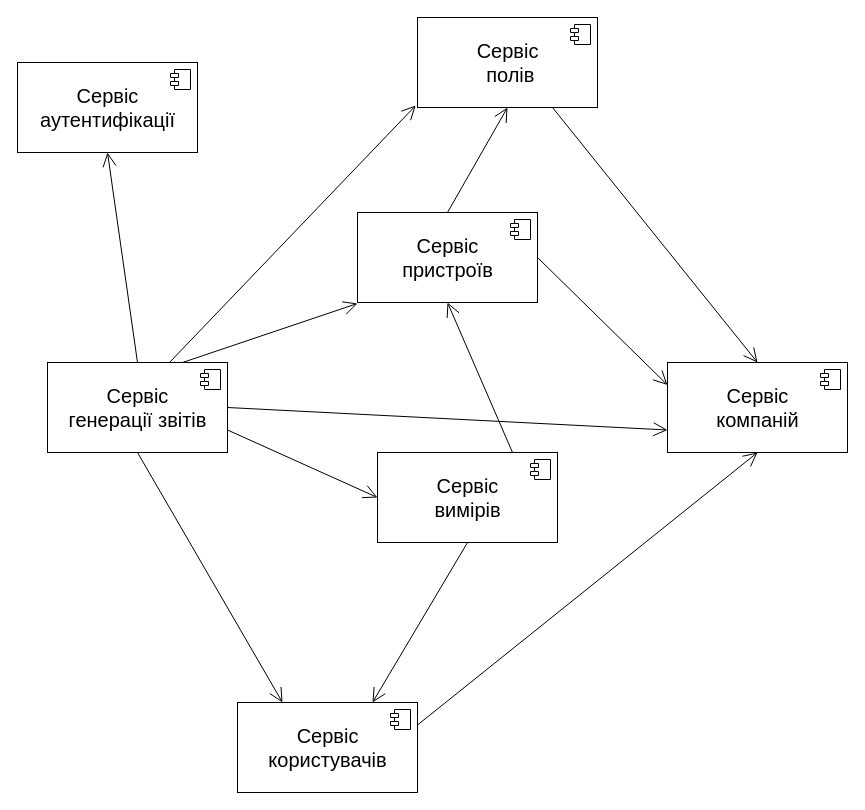
This is system_structure.drawio from maksouth/cloud-gis-design, a draw.io file, before an edit. Source tidied: cells renumbered, new cells numbered last; positions are measured from the earlier drawing's top-left corner, leaving out a move shared by most shapes. Both pictures are drawn from the tidied source at 100%, with x=0, y=0 at pixel (17, 17).
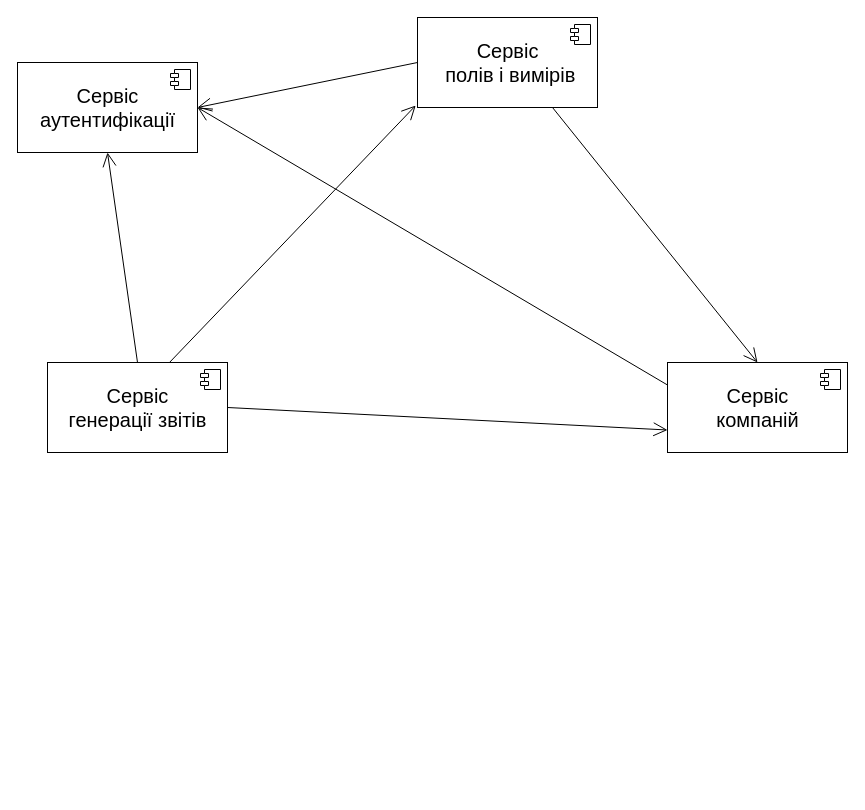
The same page after the edit.

The change refers to these unchanged cells:
```xml
<mxCell id="2" value="&lt;font style=&quot;font-size: 20px&quot;&gt;Сервіс &lt;br&gt;генерації звітів&lt;/font&gt;&lt;br&gt;" style="html=1;" parent="1" vertex="1">
  <mxGeometry x="30" y="345" width="180" height="90" as="geometry" />
</mxCell>
<mxCell id="6" value="&lt;font style=&quot;font-size: 20px&quot;&gt;Сервіс &lt;br&gt;компаній&lt;/font&gt;&lt;br&gt;" style="html=1;" parent="1" vertex="1">
  <mxGeometry x="650" y="345" width="180" height="90" as="geometry" />
</mxCell>
<mxCell id="14" value="&lt;font style=&quot;font-size: 20px&quot;&gt;Сервіс &lt;br&gt;аутентифікації&lt;/font&gt;&lt;br&gt;" style="html=1;" parent="1" vertex="1">
  <mxGeometry y="45" width="180" height="90" as="geometry" />
</mxCell>
```

Change to the diagram source:
```diff
@@
-    <mxCell id="4" value="&lt;font style=&quot;font-size: 20px&quot;&gt;Сервіс &lt;br&gt;пристроїв&lt;/font&gt;&lt;br&gt;" style="html=1;" parent="1" vertex="1">
-      <mxGeometry x="340" y="195" width="180" height="90" as="geometry" />
-    </mxCell>
-    <mxCell id="5" style="shape=component;jettyWidth=8;jettyHeight=4;" parent="4" vertex="1">
-      <mxGeometry x="1" width="20" height="20" relative="1" as="geometry">
-        <mxPoint x="-27" y="7" as="offset" />
-      </mxGeometry>
-    </mxCell>
@@
-    <mxCell id="8" value="&lt;font style=&quot;font-size: 20px&quot;&gt;Сервіс &lt;br&gt;вимірів&lt;/font&gt;&lt;br&gt;" style="html=1;" parent="1" vertex="1">
-      <mxGeometry x="360" y="435" width="180" height="90" as="geometry" />
-    </mxCell>
-    <mxCell id="9" style="shape=component;jettyWidth=8;jettyHeight=4;" parent="8" vertex="1">
-      <mxGeometry x="1" width="20" height="20" relative="1" as="geometry">
-        <mxPoint x="-27" y="7" as="offset" />
-      </mxGeometry>
-    </mxCell>
-    <mxCell id="10" value="&lt;font style=&quot;font-size: 20px&quot;&gt;Сервіс&lt;br&gt;&amp;nbsp;полів&lt;/font&gt;&lt;br&gt;" style="html=1;" parent="1" vertex="1">
+    <mxCell id="10" value="&lt;font style=&quot;font-size: 20px&quot;&gt;Сервіс&lt;br&gt;&amp;nbsp;полів і вимірів&lt;/font&gt;&lt;br&gt;" style="html=1;" parent="1" vertex="1">
       <mxGeometry x="400" width="180" height="90" as="geometry" />
     </mxCell>
@@
-    <mxCell id="12" value="&lt;font style=&quot;font-size: 20px&quot;&gt;Сервіс &lt;br&gt;користувачів&lt;/font&gt;&lt;br&gt;" style="html=1;" parent="1" vertex="1">
-      <mxGeometry x="220" y="685" width="180" height="90" as="geometry" />
-    </mxCell>
-    <mxCell id="13" style="shape=component;jettyWidth=8;jettyHeight=4;" parent="12" vertex="1">
-      <mxGeometry x="1" width="20" height="20" relative="1" as="geometry">
-        <mxPoint x="-27" y="7" as="offset" />
-      </mxGeometry>
-    </mxCell>
@@
-    <mxCell id="17" style="endArrow=open;endFill=1;endSize=12;html=1;exitX=0.5;exitY=1;exitDx=0;exitDy=0;entryX=0.25;entryY=0;entryDx=0;entryDy=0;" parent="1" edge="1" source="2" target="12">
-      <mxGeometry relative="1" as="geometry" />
-    </mxCell>
-    <mxCell id="18" style="endArrow=open;endFill=1;endSize=12;html=1;exitX=1;exitY=0.5;exitDx=0;exitDy=0;entryX=0;entryY=0.25;entryDx=0;entryDy=0;" parent="1" edge="1" source="4" target="6">
-      <mxGeometry relative="1" as="geometry" />
-    </mxCell>
-    <mxCell id="19" style="endArrow=open;endFill=1;endSize=12;html=1;exitX=0.5;exitY=0;exitDx=0;exitDy=0;entryX=0.5;entryY=1;entryDx=0;entryDy=0;" parent="1" edge="1" source="4" target="10">
-      <mxGeometry relative="1" as="geometry" />
-    </mxCell>
-    <mxCell id="20" style="endArrow=open;endFill=1;endSize=12;html=1;exitX=0.5;exitY=1;exitDx=0;exitDy=0;entryX=0.75;entryY=0;entryDx=0;entryDy=0;" parent="1" edge="1" source="8" target="12">
-      <mxGeometry relative="1" as="geometry" />
-    </mxCell>
@@
-    <mxCell id="22" style="endArrow=open;endFill=1;endSize=12;html=1;entryX=0.5;entryY=1;entryDx=0;entryDy=0;exitX=1;exitY=0.25;exitDx=0;exitDy=0;" parent="1" edge="1" source="12" target="6">
-      <mxGeometry relative="1" as="geometry" />
-    </mxCell>
@@
-    <mxCell id="24" style="endArrow=open;endFill=1;endSize=12;html=1;exitX=1;exitY=0.75;exitDx=0;exitDy=0;entryX=0;entryY=0.5;entryDx=0;entryDy=0;" parent="1" edge="1" source="2" target="8">
-      <mxGeometry relative="1" as="geometry" />
-    </mxCell>
@@
-    <mxCell id="26" style="endArrow=open;endFill=1;endSize=12;html=1;exitX=0.75;exitY=0;exitDx=0;exitDy=0;entryX=0;entryY=1.011;entryDx=0;entryDy=0;entryPerimeter=0;" parent="1" edge="1" source="2" target="4">
-      <mxGeometry relative="1" as="geometry" />
-    </mxCell>
-    <mxCell id="27" style="endArrow=open;endFill=1;endSize=12;html=1;exitX=0.75;exitY=0;exitDx=0;exitDy=0;entryX=0.5;entryY=1;entryDx=0;entryDy=0;" parent="1" edge="1" source="8" target="4">
-      <mxGeometry relative="1" as="geometry" />
-    </mxCell>
+    <mxCell id="28" style="endArrow=open;endFill=1;endSize=12;html=1;exitX=0;exitY=0.5;exitDx=0;exitDy=0;entryX=1;entryY=0.5;entryDx=0;entryDy=0;" parent="1" edge="1" source="10" target="14">
+      <mxGeometry relative="1" as="geometry" />
+    </mxCell>
+    <mxCell id="29" style="endArrow=open;endFill=1;endSize=12;html=1;exitX=0;exitY=0.25;exitDx=0;exitDy=0;entryX=1;entryY=0.5;entryDx=0;entryDy=0;" parent="1" edge="1" source="6" target="14">
+      <mxGeometry relative="1" as="geometry" />
+    </mxCell>
```
